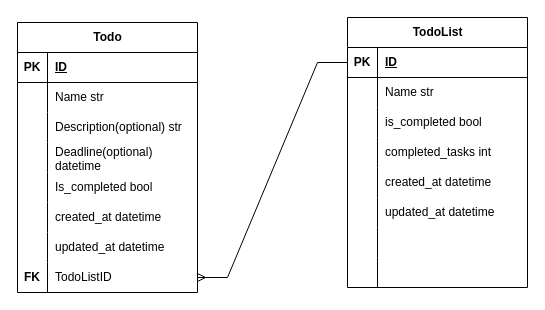
Above: Todo_list_app.drawio in lexynovicecoder/Todo_list_app (draw.io), before the change. Source tidied: cells renumbered, new cells numbered last; positions are measured from the earlier drawing's top-left corner, leaving out a move shared by most shapes. Both pictures are drawn from the tidied source at 100%, with x=0, y=0 at pixel (17, 17).
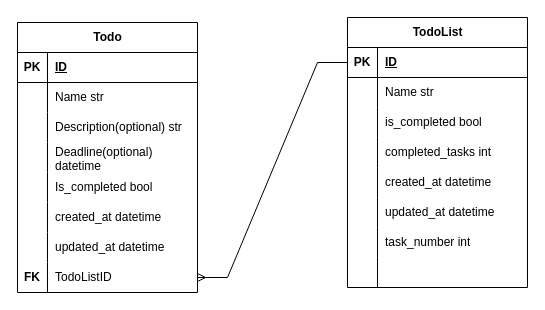
After the change.

Unchanged cells that the change refers to:
```xml
<mxCell id="46" style="shape=tableRow;horizontal=0;startSize=0;swimlaneHead=0;swimlaneBody=0;fillColor=none;top=0;left=0;right=0;bottom=0;" parent="27" vertex="1">
  <mxGeometry y="210" width="180" height="30" as="geometry" />
</mxCell>
```

What changed in the source:
```diff
@@
-    <mxCell id="48" style="shape=partialRectangle;fillColor=none;top=0;left=0;bottom=0;right=0;align=left;spacingLeft=6;overflow=hidden;whiteSpace=wrap;html=1;" parent="46" vertex="1">
+    <mxCell id="48" value="task_number int" style="shape=partialRectangle;fillColor=none;top=0;left=0;bottom=0;right=0;align=left;spacingLeft=6;overflow=hidden;whiteSpace=wrap;html=1;" parent="46" vertex="1">
       <mxGeometry x="30" width="150" height="30" as="geometry" />
     </mxCell>
```
